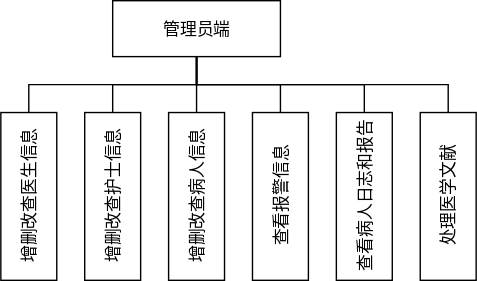
Earlier version of the draw.io export img/Structure/3_1admin.drawio.svg (zylMozart/HospitalManagement). Source tidied: cells renumbered, new cells last; positions are measured from the earlier drawing's top-left corner, leaving out a move shared by most shapes. Its diagram source:
```xml
<mxGraphModel>
  <root>
    <mxCell id="0" />
    <mxCell id="1" parent="0" />
    <mxCell id="2" style="edgeStyle=orthogonalEdgeStyle;rounded=0;jettySize=auto;html=1;exitX=0.5;exitY=1;exitDx=0;exitDy=0;entryX=0.5;entryY=0;entryDx=0;entryDy=0;endArrow=none;endFill=0;" parent="1" edge="1" source="3" target="8">
      <mxGeometry relative="1" as="geometry" />
    </mxCell>
    <mxCell id="3" value="管理员端" style="rounded=0;whiteSpace=wrap;html=1;" parent="1" vertex="1">
      <mxGeometry x="80" width="120" height="40" as="geometry" />
    </mxCell>
    <mxCell id="4" style="edgeStyle=orthogonalEdgeStyle;rounded=0;jettySize=auto;html=1;exitX=0.5;exitY=0;exitDx=0;exitDy=0;entryX=0.5;entryY=1;entryDx=0;entryDy=0;endArrow=none;endFill=0;" parent="1" edge="1" source="5" target="3">
      <mxGeometry relative="1" as="geometry" />
    </mxCell>
    <mxCell id="5" value="增删改查医生信息" style="rounded=0;whiteSpace=wrap;html=1;horizontal=0;verticalAlign=middle;labelPosition=center;verticalLabelPosition=middle;align=center;" parent="1" vertex="1">
      <mxGeometry y="80" width="40" height="120" as="geometry" />
    </mxCell>
    <mxCell id="6" style="edgeStyle=orthogonalEdgeStyle;rounded=0;jettySize=auto;html=1;exitX=0.5;exitY=0;exitDx=0;exitDy=0;endArrow=none;endFill=0;" parent="1" edge="1" source="7">
      <mxGeometry relative="1" as="geometry">
        <mxPoint x="140" y="40" as="targetPoint" />
      </mxGeometry>
    </mxCell>
    <mxCell id="7" value="增删改查护士信息" style="rounded=0;whiteSpace=wrap;html=1;horizontal=0;verticalAlign=middle;labelPosition=center;verticalLabelPosition=middle;align=center;" parent="1" vertex="1">
      <mxGeometry x="60" y="80" width="40" height="120" as="geometry" />
    </mxCell>
    <mxCell id="8" value="增删改查病人信息" style="rounded=0;whiteSpace=wrap;html=1;horizontal=0;verticalAlign=middle;labelPosition=center;verticalLabelPosition=middle;align=center;" parent="1" vertex="1">
      <mxGeometry x="120" y="80" width="40" height="120" as="geometry" />
    </mxCell>
    <mxCell id="9" style="edgeStyle=orthogonalEdgeStyle;rounded=0;jettySize=auto;html=1;exitX=0.5;exitY=0;exitDx=0;exitDy=0;endArrow=none;endFill=0;" parent="1" edge="1" source="10">
      <mxGeometry relative="1" as="geometry">
        <mxPoint x="140" y="40" as="targetPoint" />
      </mxGeometry>
    </mxCell>
    <mxCell id="10" value="查看报警信息" style="rounded=0;whiteSpace=wrap;html=1;horizontal=0;verticalAlign=middle;labelPosition=center;verticalLabelPosition=middle;align=center;" parent="1" vertex="1">
      <mxGeometry x="180" y="80" width="40" height="120" as="geometry" />
    </mxCell>
    <mxCell id="11" style="edgeStyle=orthogonalEdgeStyle;rounded=0;jettySize=auto;html=1;exitX=0.5;exitY=0;exitDx=0;exitDy=0;endArrow=none;endFill=0;" parent="1" edge="1" source="12">
      <mxGeometry relative="1" as="geometry">
        <mxPoint x="140" y="40" as="targetPoint" />
      </mxGeometry>
    </mxCell>
    <mxCell id="12" value="查看病人日志和报告" style="rounded=0;whiteSpace=wrap;html=1;horizontal=0;verticalAlign=middle;labelPosition=center;verticalLabelPosition=middle;align=center;" parent="1" vertex="1">
      <mxGeometry x="240" y="80" width="40" height="120" as="geometry" />
    </mxCell>
    <mxCell id="13" style="edgeStyle=orthogonalEdgeStyle;rounded=0;jettySize=auto;html=1;exitX=0.5;exitY=0;exitDx=0;exitDy=0;entryX=0.5;entryY=1;entryDx=0;entryDy=0;endArrow=none;endFill=0;" parent="1" edge="1" source="14" target="3">
      <mxGeometry relative="1" as="geometry" />
    </mxCell>
    <mxCell id="14" value="处理医学文献" style="rounded=0;whiteSpace=wrap;html=1;horizontal=0;verticalAlign=middle;labelPosition=center;verticalLabelPosition=middle;align=center;" parent="1" vertex="1">
      <mxGeometry x="300" y="80" width="40" height="120" as="geometry" />
    </mxCell>
  </root>
</mxGraphModel>
```
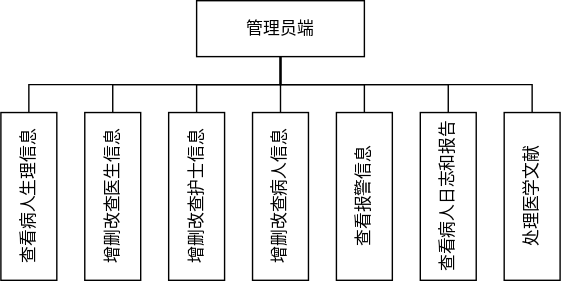
After the commit.

Change to the diagram source:
```diff
@@ -47,5 +47,11 @@
     <mxCell id="14" value="处理医学文献" style="rounded=0;whiteSpace=wrap;html=1;horizontal=0;verticalAlign=middle;labelPosition=center;verticalLabelPosition=middle;align=center;" parent="1" vertex="1">
       <mxGeometry x="300" y="80" width="40" height="120" as="geometry" />
     </mxCell>
+    <mxCell id="15" style="edgeStyle=orthogonalEdgeStyle;rounded=0;jettySize=auto;html=1;exitX=0.5;exitY=0;exitDx=0;exitDy=0;entryX=0.5;entryY=1;entryDx=0;entryDy=0;endArrow=none;endFill=0;" parent="1" edge="1" source="16" target="3">
+      <mxGeometry relative="1" as="geometry" />
+    </mxCell>
+    <mxCell id="16" value="查看病人生理信息" style="rounded=0;whiteSpace=wrap;html=1;horizontal=0;verticalAlign=middle;labelPosition=center;verticalLabelPosition=middle;align=center;" parent="1" vertex="1">
+      <mxGeometry x="-60" y="80" width="40" height="120" as="geometry" />
+    </mxCell>
   </root>
 </mxGraphModel>
```
